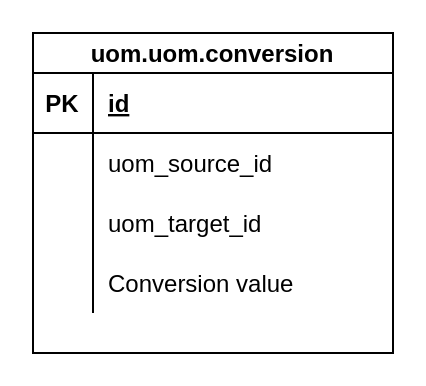
Earlier version of the draw.io diagram Untitled Diagram.drawio (BriceCG/images). Source tidied: cells renumbered, new cells numbered last; positions are measured from the earlier drawing's top-left corner, leaving out a move shared by most shapes. Both pictures are drawn from the tidied source at 200%, with x=0, y=0 at pixel (32, 32).
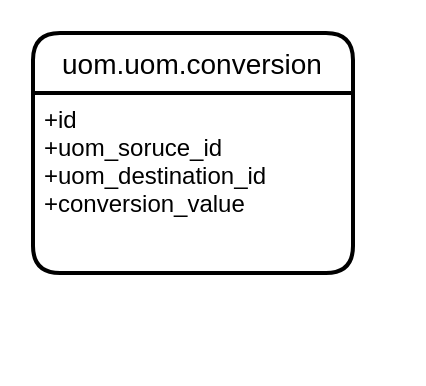
The same page after the edit.

Change to the diagram source:
```diff
@@
 <mxGraphModel>
   <root>
     <mxCell id="0" />
     <mxCell id="1" parent="0" />
-    <mxCell id="2" value="uom.uom.conversion" style="shape=table;startSize=20;childLayout=tableLayout;rowLines=0;fontStyle=1;align=center;" parent="1" vertex="1">
-      <mxGeometry width="180" height="160" as="geometry" />
+    <mxCell id="2" value="uom.uom.conversion" style="swimlane;horizontal=1;startSize=30;rounded=1;fontSize=14;fontStyle=0;strokeWidth=2;shadow=0;dashed=0;align=center;" parent="1" vertex="1">
+      <mxGeometry width="160" height="120" as="geometry" />
     </mxCell>
-    <mxCell id="3" style="shape=partialRectangle;fillColor=none;top=0;left=0;bottom=1;right=0;" parent="2" vertex="1">
-      <mxGeometry y="20" width="180" height="30" as="geometry" />
-    </mxCell>
-    <mxCell id="4" value="PK" style="shape=partialRectangle;fillColor=none;top=0;left=0;bottom=0;right=0;fontStyle=1;overflow=hidden;" parent="3" vertex="1">
-      <mxGeometry width="30" height="30" as="geometry" />
-    </mxCell>
-    <mxCell id="5" value="id" style="shape=partialRectangle;fillColor=none;top=0;left=0;bottom=0;right=0;align=left;spacingLeft=6;fontStyle=5;overflow=hidden;" parent="3" vertex="1">
-      <mxGeometry x="30" width="150" height="30" as="geometry" />
-    </mxCell>
-    <mxCell id="6" style="shape=partialRectangle;fillColor=none;top=0;left=0;bottom=0;right=0;" parent="2" vertex="1">
-      <mxGeometry y="50" width="180" height="30" as="geometry" />
-    </mxCell>
-    <mxCell id="7" style="shape=partialRectangle;fillColor=none;top=0;left=0;bottom=0;right=0;overflow=hidden;" parent="6" vertex="1">
-      <mxGeometry width="30" height="30" as="geometry" />
-    </mxCell>
-    <mxCell id="8" value="uom_source_id" style="shape=partialRectangle;fillColor=none;top=0;left=0;bottom=0;right=0;align=left;spacingLeft=6;overflow=hidden;" parent="6" vertex="1">
-      <mxGeometry x="30" width="150" height="30" as="geometry" />
-    </mxCell>
-    <mxCell id="9" style="shape=partialRectangle;fillColor=none;top=0;left=0;bottom=0;right=0;" parent="2" vertex="1">
-      <mxGeometry y="80" width="180" height="30" as="geometry" />
-    </mxCell>
-    <mxCell id="10" style="shape=partialRectangle;fillColor=none;top=0;left=0;bottom=0;right=0;overflow=hidden;" parent="9" vertex="1">
-      <mxGeometry width="30" height="30" as="geometry" />
-    </mxCell>
-    <mxCell id="11" value="uom_target_id" style="shape=partialRectangle;fillColor=none;top=0;left=0;bottom=0;right=0;align=left;spacingLeft=6;overflow=hidden;" parent="9" vertex="1">
-      <mxGeometry x="30" width="150" height="30" as="geometry" />
-    </mxCell>
-    <mxCell id="12" style="shape=partialRectangle;fillColor=none;top=0;left=0;bottom=0;right=0;" parent="2" vertex="1">
-      <mxGeometry y="110" width="180" height="30" as="geometry" />
-    </mxCell>
-    <mxCell id="13" style="shape=partialRectangle;fillColor=none;top=0;left=0;bottom=0;right=0;overflow=hidden;" parent="12" vertex="1">
-      <mxGeometry width="30" height="30" as="geometry" />
-    </mxCell>
-    <mxCell id="14" value="Conversion value" style="shape=partialRectangle;fillColor=none;top=0;left=0;bottom=0;right=0;align=left;spacingLeft=6;overflow=hidden;" parent="12" vertex="1">
-      <mxGeometry x="30" width="150" height="30" as="geometry" />
-    </mxCell>
+    <mxCell id="15" value="+id&#10;+uom_soruce_id&#10;+uom_destination_id&#10;+conversion_value" style="align=left;strokeColor=none;fillColor=none;spacingLeft=4;fontSize=12;verticalAlign=top;" parent="2" vertex="1">
+      <mxGeometry y="30" width="160" height="90" as="geometry" />
+    </mxCell>
   </root>
 </mxGraphModel>
```
